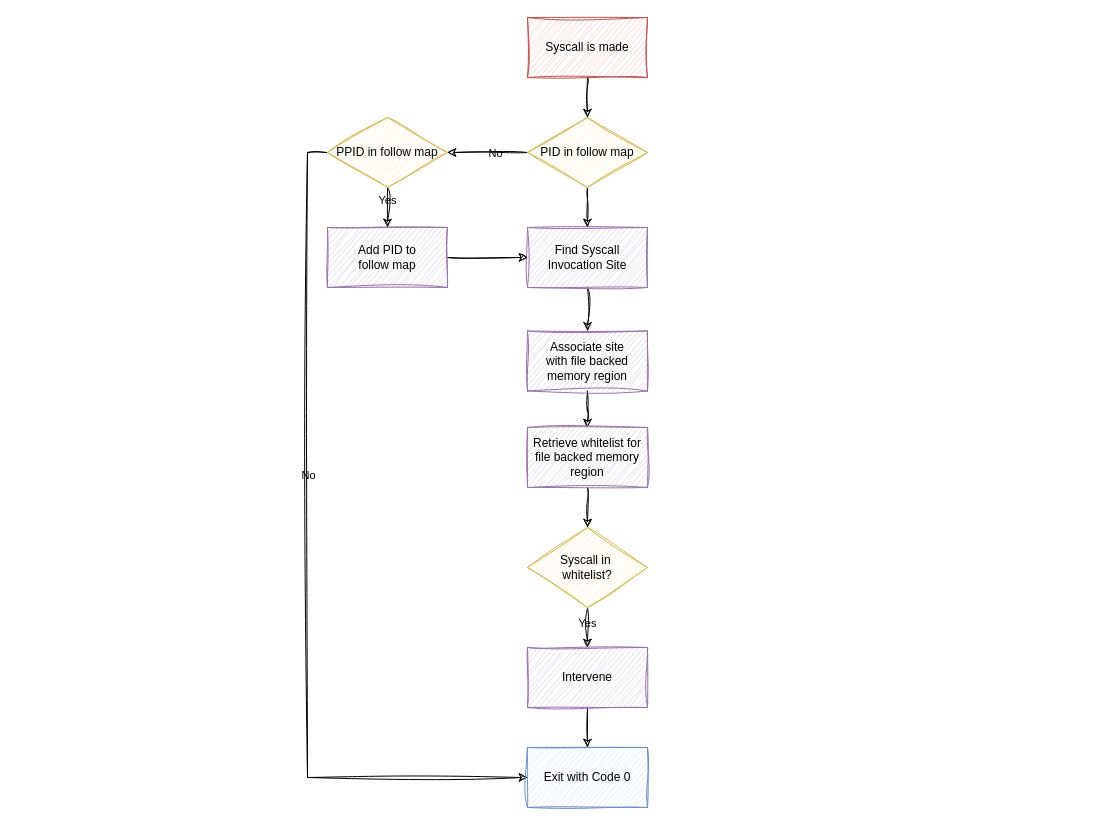
Above: diagrams/core-filter-flowchart.drawio in tcassar-diss/report (draw.io), before the change. Source tidied: cells renumbered, new cells numbered last; positions are measured from the earlier drawing's top-left corner, leaving out a move shared by most shapes. Both pictures are drawn from the tidied source at 100%, with x=0, y=0 at pixel (327, 17).
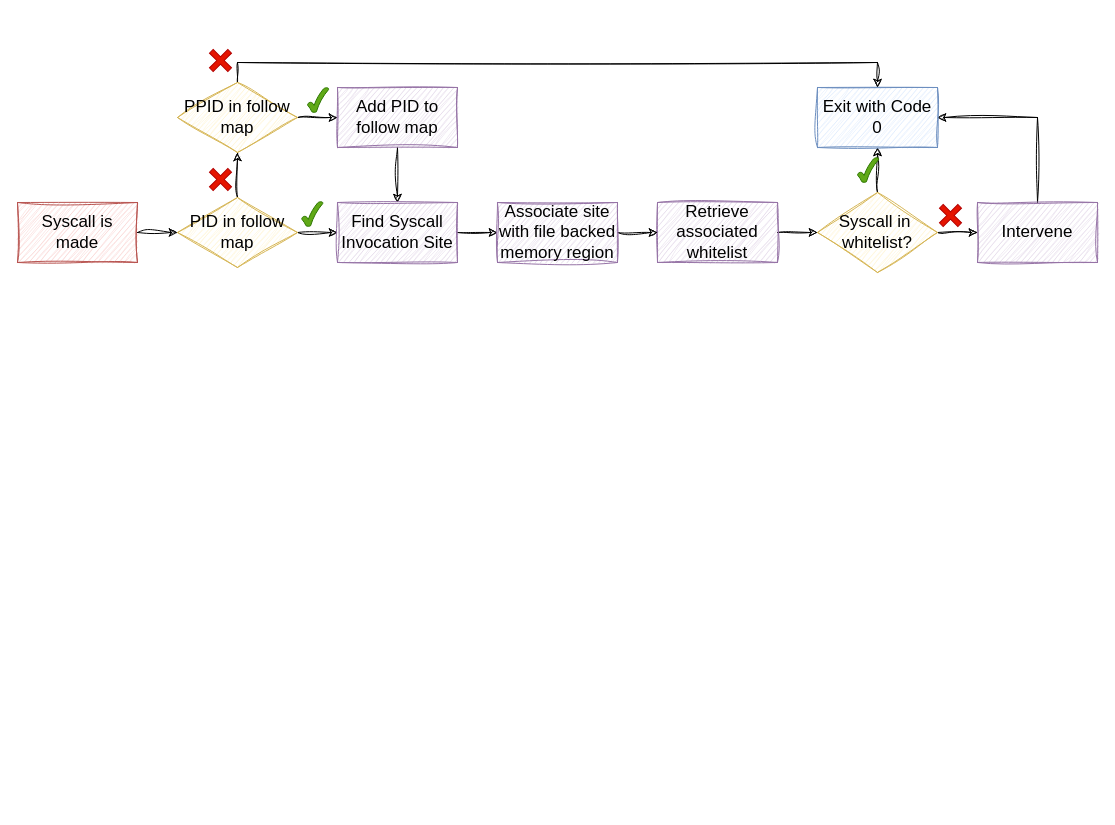
The same diagram, later.

Change to the diagram source:
```diff
@@
-    <mxCell id="2" style="edgeStyle=orthogonalEdgeStyle;rounded=0;jettySize=auto;html=1;labelBackgroundColor=none;fontColor=default;sketch=1;curveFitting=1;jiggle=2;" parent="1" edge="1" source="3" target="8">
+    <mxCell id="2" style="edgeStyle=orthogonalEdgeStyle;rounded=0;jettySize=auto;html=1;exitX=1;exitY=0.5;exitDx=0;exitDy=0;entryX=0;entryY=0.5;entryDx=0;entryDy=0;sketch=1;curveFitting=1;jiggle=2;" parent="1" edge="1" source="3" target="8">
       <mxGeometry relative="1" as="geometry" />
     </mxCell>
-    <mxCell id="3" value="Syscall is made" style="rounded=0;whiteSpace=wrap;html=1;labelBackgroundColor=none;sketch=1;curveFitting=1;jiggle=2;fillColor=#f8cecc;strokeColor=#b85450;" parent="1" vertex="1">
-      <mxGeometry x="200" width="120" height="60" as="geometry" />
+    <mxCell id="3" value="Syscall is made" style="rounded=0;whiteSpace=wrap;html=1;labelBackgroundColor=none;sketch=1;curveFitting=1;jiggle=2;fillColor=#f8cecc;strokeColor=#b85450;fontSize=17;" parent="1" vertex="1">
+      <mxGeometry x="-310" y="185" width="120" height="60" as="geometry" />
     </mxCell>
-    <mxCell id="4" style="edgeStyle=orthogonalEdgeStyle;rounded=0;jettySize=auto;html=1;labelBackgroundColor=none;fontColor=default;sketch=1;curveFitting=1;jiggle=2;" parent="1" edge="1" source="8" target="10">
-      <mxGeometry relative="1" as="geometry" />
-    </mxCell>
+    <mxCell id="7" style="edgeStyle=orthogonalEdgeStyle;rounded=0;hachureGap=4;jettySize=auto;html=1;fontFamily=Architects Daughter;strokeColor=none;sketch=1;curveFitting=1;jiggle=2;opacity=0;fontSize=17;" parent="1" edge="1" source="12" target="28">
+      <mxGeometry relative="1" as="geometry" />
+    </mxCell>
+    <mxCell id="29" style="edgeStyle=orthogonalEdgeStyle;rounded=0;jettySize=auto;html=1;exitX=1;exitY=0.5;exitDx=0;exitDy=0;sketch=1;curveFitting=1;jiggle=2;" parent="1" edge="1" source="8" target="10">
+      <mxGeometry relative="1" as="geometry" />
+    </mxCell>
-    <mxCell id="5" style="edgeStyle=orthogonalEdgeStyle;rounded=0;jettySize=auto;html=1;labelBackgroundColor=none;fontColor=default;sketch=1;curveFitting=1;jiggle=2;" parent="1" edge="1" source="8" target="24">
+    <mxCell id="5" style="edgeStyle=orthogonalEdgeStyle;rounded=0;jettySize=auto;html=1;exitX=0.5;exitY=0;exitDx=0;exitDy=0;entryX=0.5;entryY=1;entryDx=0;entryDy=0;sketch=1;curveFitting=1;jiggle=2;" parent="1" edge="1" source="8" target="24">
       <mxGeometry relative="1" as="geometry" />
     </mxCell>
-    <mxCell id="6" value="No" style="edgeLabel;html=1;align=center;verticalAlign=middle;labelBackgroundColor=none;sketch=1;curveFitting=1;jiggle=2;" parent="5" vertex="1">
-      <mxGeometry x="-0.17" relative="1" as="geometry" />
-    </mxCell>
-    <mxCell id="7" style="edgeStyle=orthogonalEdgeStyle;rounded=0;hachureGap=4;jettySize=auto;html=1;fontFamily=Architects Daughter;strokeColor=none;sketch=1;curveFitting=1;jiggle=2;opacity=0;" parent="1" edge="1" source="8" target="28">
-      <mxGeometry relative="1" as="geometry" />
-    </mxCell>
-    <mxCell id="8" value="PID in follow map" style="rhombus;whiteSpace=wrap;html=1;rounded=0;labelBackgroundColor=none;sketch=1;curveFitting=1;jiggle=2;fillColor=#fff2cc;strokeColor=#d6b656;" parent="1" vertex="1">
-      <mxGeometry x="200" y="100" width="120" height="70" as="geometry" />
+    <mxCell id="8" value="PID in follow map" style="rhombus;whiteSpace=wrap;html=1;rounded=0;labelBackgroundColor=none;sketch=1;curveFitting=1;jiggle=2;fillColor=#fff2cc;strokeColor=#d6b656;fontSize=17;" parent="1" vertex="1">
+      <mxGeometry x="-150" y="180" width="120" height="70" as="geometry" />
     </mxCell>
-    <mxCell id="9" style="edgeStyle=orthogonalEdgeStyle;rounded=0;jettySize=auto;html=1;labelBackgroundColor=none;fontColor=default;sketch=1;curveFitting=1;jiggle=2;" parent="1" edge="1" source="10" target="12">
-      <mxGeometry relative="1" as="geometry" />
-    </mxCell>
-    <mxCell id="10" value="Find Syscall&lt;div&gt;Invocation Site&lt;/div&gt;" style="whiteSpace=wrap;html=1;rounded=0;labelBackgroundColor=none;sketch=1;curveFitting=1;jiggle=2;fillColor=#e1d5e7;strokeColor=#9673a6;" parent="1" vertex="1">
-      <mxGeometry x="200" y="210" width="120" height="60" as="geometry" />
-    </mxCell>
-    <mxCell id="11" style="edgeStyle=orthogonalEdgeStyle;rounded=0;jettySize=auto;html=1;labelBackgroundColor=none;fontColor=default;sketch=1;curveFitting=1;jiggle=2;" parent="1" edge="1" source="12" target="14">
-      <mxGeometry relative="1" as="geometry" />
-    </mxCell>
-    <mxCell id="12" value="Associate site&lt;div&gt;with file backed&lt;/div&gt;&lt;div&gt;memory region&lt;/div&gt;" style="whiteSpace=wrap;html=1;rounded=0;labelBackgroundColor=none;sketch=1;curveFitting=1;jiggle=2;fillColor=#e1d5e7;strokeColor=#9673a6;" parent="1" vertex="1">
-      <mxGeometry x="200" y="313.5" width="120" height="60" as="geometry" />
-    </mxCell>
-    <mxCell id="13" style="edgeStyle=orthogonalEdgeStyle;rounded=0;jettySize=auto;html=1;labelBackgroundColor=none;fontColor=default;sketch=1;curveFitting=1;jiggle=2;" parent="1" edge="1" source="14" target="17">
+    <mxCell id="13" style="edgeStyle=orthogonalEdgeStyle;rounded=0;jettySize=auto;html=1;exitX=1;exitY=0.5;exitDx=0;exitDy=0;entryX=0;entryY=0.5;entryDx=0;entryDy=0;sketch=1;curveFitting=1;jiggle=2;" parent="1" edge="1" source="14" target="17">
       <mxGeometry relative="1" as="geometry" />
     </mxCell>
-    <mxCell id="14" value="Retrieve whitelist for&lt;div&gt;file backed memory&lt;/div&gt;&lt;div&gt;region&lt;/div&gt;" style="whiteSpace=wrap;html=1;rounded=0;labelBackgroundColor=none;sketch=1;curveFitting=1;jiggle=2;fillColor=#e1d5e7;strokeColor=#9673a6;" parent="1" vertex="1">
-      <mxGeometry x="200" y="410" width="120" height="60" as="geometry" />
+    <mxCell id="14" value="Retrieve associated whitelist" style="whiteSpace=wrap;html=1;rounded=0;labelBackgroundColor=none;sketch=1;curveFitting=1;jiggle=2;fillColor=#e1d5e7;strokeColor=#9673a6;fontSize=17;" parent="1" vertex="1">
+      <mxGeometry x="330" y="185" width="120" height="60" as="geometry" />
     </mxCell>
-    <mxCell id="15" style="edgeStyle=orthogonalEdgeStyle;rounded=0;jettySize=auto;html=1;labelBackgroundColor=none;fontColor=default;sketch=1;curveFitting=1;jiggle=2;" parent="1" edge="1" source="17" target="19">
+    <mxCell id="15" style="edgeStyle=orthogonalEdgeStyle;rounded=0;jettySize=auto;html=1;entryX=0;entryY=0.5;entryDx=0;entryDy=0;sketch=1;curveFitting=1;jiggle=2;" parent="1" edge="1" source="17" target="19">
       <mxGeometry relative="1" as="geometry" />
     </mxCell>
-    <mxCell id="16" value="Yes" style="edgeLabel;html=1;align=center;verticalAlign=middle;labelBackgroundColor=none;sketch=1;curveFitting=1;jiggle=2;" parent="15" vertex="1">
-      <mxGeometry x="-0.25" y="-1" relative="1" as="geometry" />
-    </mxCell>
+    <mxCell id="30" style="edgeStyle=orthogonalEdgeStyle;rounded=0;sketch=1;hachureGap=4;jiggle=2;curveFitting=1;jettySize=auto;html=1;exitX=0.5;exitY=0;exitDx=0;exitDy=0;entryX=0.5;entryY=1;entryDx=0;entryDy=0;fontFamily=Architects Daughter;" parent="1" edge="1" source="17" target="27">
+      <mxGeometry relative="1" as="geometry" />
+    </mxCell>
-    <mxCell id="17" value="Syscall in&amp;nbsp;&lt;div&gt;whitelist?&lt;/div&gt;" style="rhombus;whiteSpace=wrap;html=1;rounded=0;labelBackgroundColor=none;sketch=1;curveFitting=1;jiggle=2;fillColor=#fff2cc;strokeColor=#d6b656;" parent="1" vertex="1">
-      <mxGeometry x="200" y="510" width="120" height="80" as="geometry" />
+    <mxCell id="17" value="Syscall in&amp;nbsp;&lt;div&gt;whitelist?&lt;/div&gt;" style="rhombus;whiteSpace=wrap;html=1;rounded=0;labelBackgroundColor=none;sketch=1;curveFitting=1;jiggle=2;fillColor=#fff2cc;strokeColor=#d6b656;fontSize=17;" parent="1" vertex="1">
+      <mxGeometry x="490" y="175" width="120" height="80" as="geometry" />
     </mxCell>
-    <mxCell id="18" style="edgeStyle=orthogonalEdgeStyle;rounded=0;jettySize=auto;html=1;labelBackgroundColor=none;fontColor=default;sketch=1;curveFitting=1;jiggle=2;" parent="1" edge="1" source="19" target="27">
+    <mxCell id="18" style="edgeStyle=orthogonalEdgeStyle;rounded=0;sketch=1;hachureGap=4;jiggle=2;curveFitting=1;jettySize=auto;html=1;exitX=0.5;exitY=0;exitDx=0;exitDy=0;entryX=1;entryY=0.5;entryDx=0;entryDy=0;fontFamily=Architects Daughter;" parent="1" edge="1" source="19" target="27">
       <mxGeometry relative="1" as="geometry" />
     </mxCell>
-    <mxCell id="19" value="Intervene" style="whiteSpace=wrap;html=1;rounded=0;labelBackgroundColor=none;sketch=1;curveFitting=1;jiggle=2;fillColor=#e1d5e7;strokeColor=#9673a6;" parent="1" vertex="1">
-      <mxGeometry x="200" y="630" width="120" height="60" as="geometry" />
+    <mxCell id="19" value="Intervene" style="whiteSpace=wrap;html=1;rounded=0;labelBackgroundColor=none;sketch=1;curveFitting=1;jiggle=2;fillColor=#e1d5e7;strokeColor=#9673a6;fontSize=17;" parent="1" vertex="1">
+      <mxGeometry x="650" y="185" width="120" height="60" as="geometry" />
     </mxCell>
-    <mxCell id="20" style="edgeStyle=orthogonalEdgeStyle;rounded=0;jettySize=auto;html=1;labelBackgroundColor=none;fontColor=default;sketch=1;curveFitting=1;jiggle=2;" parent="1" edge="1" source="24" target="26">
+    <mxCell id="20" style="edgeStyle=orthogonalEdgeStyle;rounded=0;jettySize=auto;html=1;exitX=1;exitY=0.5;exitDx=0;exitDy=0;entryX=0;entryY=0.5;entryDx=0;entryDy=0;sketch=1;curveFitting=1;jiggle=2;" parent="1" edge="1" source="24" target="26">
       <mxGeometry relative="1" as="geometry" />
     </mxCell>
-    <mxCell id="21" value="Yes" style="edgeLabel;html=1;align=center;verticalAlign=middle;labelBackgroundColor=none;sketch=1;curveFitting=1;jiggle=2;" parent="20" vertex="1">
-      <mxGeometry x="-0.4" y="-1" relative="1" as="geometry" />
-    </mxCell>
-    <mxCell id="22" style="edgeStyle=orthogonalEdgeStyle;rounded=0;jettySize=auto;html=1;exitX=0;exitY=0.5;exitDx=0;exitDy=0;entryX=0;entryY=0.5;entryDx=0;entryDy=0;labelBackgroundColor=none;fontColor=default;sketch=1;curveFitting=1;jiggle=2;" parent="1" edge="1" source="24" target="27">
+    <mxCell id="22" style="edgeStyle=orthogonalEdgeStyle;rounded=0;jettySize=auto;html=1;exitX=0.5;exitY=0;exitDx=0;exitDy=0;entryX=0.5;entryY=0;entryDx=0;entryDy=0;sketch=1;curveFitting=1;jiggle=2;" parent="1" edge="1" source="24" target="27">
       <mxGeometry relative="1" as="geometry" />
     </mxCell>
-    <mxCell id="23" value="No" style="edgeLabel;html=1;align=center;verticalAlign=middle;labelBackgroundColor=none;sketch=1;curveFitting=1;jiggle=2;" parent="22" vertex="1">
-      <mxGeometry x="-0.21" relative="1" as="geometry" />
-    </mxCell>
-    <mxCell id="24" value="PPID in follow map" style="rhombus;whiteSpace=wrap;html=1;rounded=0;labelBackgroundColor=none;sketch=1;curveFitting=1;jiggle=2;fillColor=#fff2cc;strokeColor=#d6b656;" parent="1" vertex="1">
-      <mxGeometry y="100" width="120" height="70" as="geometry" />
+    <mxCell id="24" value="PPID in follow map" style="rhombus;whiteSpace=wrap;html=1;rounded=0;labelBackgroundColor=none;sketch=1;curveFitting=1;jiggle=2;fillColor=#fff2cc;strokeColor=#d6b656;fontSize=17;" parent="1" vertex="1">
+      <mxGeometry x="-150" y="65" width="120" height="70" as="geometry" />
     </mxCell>
-    <mxCell id="25" style="edgeStyle=orthogonalEdgeStyle;rounded=0;jettySize=auto;html=1;exitX=1;exitY=0.5;exitDx=0;exitDy=0;entryX=0;entryY=0.5;entryDx=0;entryDy=0;labelBackgroundColor=none;fontColor=default;sketch=1;curveFitting=1;jiggle=2;" parent="1" edge="1" source="26" target="10">
+    <mxCell id="25" style="edgeStyle=orthogonalEdgeStyle;rounded=0;jettySize=auto;html=1;exitX=0.5;exitY=1;exitDx=0;exitDy=0;entryX=0.5;entryY=0;entryDx=0;entryDy=0;sketch=1;curveFitting=1;jiggle=2;" parent="1" edge="1" source="26" target="10">
       <mxGeometry relative="1" as="geometry" />
     </mxCell>
-    <mxCell id="26" value="Add PID to&lt;div&gt;follow map&lt;/div&gt;" style="whiteSpace=wrap;html=1;rounded=0;labelBackgroundColor=none;sketch=1;curveFitting=1;jiggle=2;fillColor=#e1d5e7;strokeColor=#9673a6;" parent="1" vertex="1">
-      <mxGeometry y="210" width="120" height="60" as="geometry" />
+    <mxCell id="26" value="Add PID to&lt;div&gt;follow map&lt;/div&gt;" style="whiteSpace=wrap;html=1;rounded=0;labelBackgroundColor=none;sketch=1;curveFitting=1;jiggle=2;fillColor=#e1d5e7;strokeColor=#9673a6;fontSize=17;" parent="1" vertex="1">
+      <mxGeometry x="10" y="70" width="120" height="60" as="geometry" />
     </mxCell>
-    <mxCell id="27" value="Exit with Code 0" style="whiteSpace=wrap;html=1;rounded=0;labelBackgroundColor=none;sketch=1;curveFitting=1;jiggle=2;fillColor=#dae8fc;strokeColor=#6c8ebf;" parent="1" vertex="1">
-      <mxGeometry x="200" y="730" width="120" height="60" as="geometry" />
+    <mxCell id="27" value="Exit with Code 0" style="whiteSpace=wrap;html=1;rounded=0;labelBackgroundColor=none;sketch=1;curveFitting=1;jiggle=2;fillColor=#dae8fc;strokeColor=#6c8ebf;fontSize=17;" parent="1" vertex="1">
+      <mxGeometry x="490" y="70" width="120" height="60" as="geometry" />
     </mxCell>
-    <mxCell id="28" style="rhombus;whiteSpace=wrap;html=1;fillColor=#fff2cc;strokeColor=none;rounded=0;labelBackgroundColor=none;sketch=1;curveFitting=1;jiggle=2;opacity=0;" parent="1" vertex="1">
-      <mxGeometry x="420" y="95" width="140" height="80" as="geometry" />
+    <mxCell id="28" style="rhombus;whiteSpace=wrap;html=1;fillColor=#fff2cc;strokeColor=none;rounded=0;labelBackgroundColor=none;sketch=1;curveFitting=1;jiggle=2;opacity=0;fontSize=17;" parent="1" vertex="1">
+      <mxGeometry x="340" y="40" width="140" height="80" as="geometry" />
     </mxCell>
+    <mxCell id="31" style="edgeStyle=orthogonalEdgeStyle;rounded=0;hachureGap=4;jettySize=auto;html=1;fontFamily=Architects Daughter;strokeColor=none;sketch=1;curveFitting=1;jiggle=2;opacity=0;fontSize=17;" parent="1" edge="1" source="8" target="10">
+      <mxGeometry relative="1" as="geometry" />
+    </mxCell>
+    <mxCell id="32" style="edgeStyle=orthogonalEdgeStyle;rounded=0;jettySize=auto;html=1;exitX=1;exitY=0.5;exitDx=0;exitDy=0;entryX=0;entryY=0.5;entryDx=0;entryDy=0;sketch=1;curveFitting=1;jiggle=2;" parent="1" edge="1" source="10" target="12">
+      <mxGeometry relative="1" as="geometry" />
+    </mxCell>
+    <mxCell id="10" value="Find Syscall&lt;div&gt;Invocation Site&lt;/div&gt;" style="whiteSpace=wrap;html=1;rounded=0;labelBackgroundColor=none;sketch=1;curveFitting=1;jiggle=2;fillColor=#e1d5e7;strokeColor=#9673a6;fontSize=17;" parent="1" vertex="1">
+      <mxGeometry x="10" y="185" width="120" height="60" as="geometry" />
+    </mxCell>
+    <mxCell id="33" style="edgeStyle=orthogonalEdgeStyle;rounded=0;hachureGap=4;jettySize=auto;html=1;fontFamily=Architects Daughter;strokeColor=none;sketch=1;curveFitting=1;jiggle=2;opacity=0;fontSize=17;" parent="1" edge="1" source="10" target="12">
+      <mxGeometry relative="1" as="geometry" />
+    </mxCell>
+    <mxCell id="11" style="edgeStyle=orthogonalEdgeStyle;rounded=0;jettySize=auto;html=1;exitX=1;exitY=0.5;exitDx=0;exitDy=0;entryX=0;entryY=0.5;entryDx=0;entryDy=0;sketch=1;curveFitting=1;jiggle=2;" parent="1" edge="1" source="12" target="14">
+      <mxGeometry relative="1" as="geometry" />
+    </mxCell>
+    <mxCell id="12" value="Associate site&lt;div&gt;with file backed&lt;/div&gt;&lt;div&gt;memory region&lt;/div&gt;" style="whiteSpace=wrap;html=1;rounded=0;labelBackgroundColor=none;sketch=1;curveFitting=1;jiggle=2;fillColor=#e1d5e7;strokeColor=#9673a6;fontSize=17;" parent="1" vertex="1">
+      <mxGeometry x="170" y="185" width="120" height="60" as="geometry" />
+    </mxCell>
+    <mxCell id="34" style="verticalLabelPosition=bottom;verticalAlign=top;html=1;shape=mxgraph.basic.tick;hachureGap=4;fontFamily=Architects Daughter;fillColor=#60a917;fontColor=#ffffff;strokeColor=#2D7600;" parent="1" vertex="1">
+      <mxGeometry x="-25.8" y="184" width="21.2" height="25" as="geometry" />
+    </mxCell>
+    <mxCell id="35" style="verticalLabelPosition=bottom;verticalAlign=top;html=1;shape=mxgraph.basic.tick;hachureGap=4;fontFamily=Architects Daughter;fillColor=#60a917;fontColor=#ffffff;strokeColor=#2D7600;" parent="1" vertex="1">
+      <mxGeometry x="-20" y="70" width="21.2" height="25" as="geometry" />
+    </mxCell>
+    <mxCell id="36" style="shape=cross;whiteSpace=wrap;html=1;hachureGap=4;fontFamily=Architects Daughter;rotation=45;fillColor=#e51400;fontColor=#ffffff;strokeColor=#B20000;" parent="1" vertex="1">
+      <mxGeometry x="-120" y="149" width="26" height="26" as="geometry" />
+    </mxCell>
+    <mxCell id="37" style="shape=cross;whiteSpace=wrap;html=1;hachureGap=4;fontFamily=Architects Daughter;rotation=45;fillColor=#e51400;fontColor=#ffffff;strokeColor=#B20000;" parent="1" vertex="1">
+      <mxGeometry x="-120" y="30" width="26" height="26" as="geometry" />
+    </mxCell>
+    <mxCell id="38" style="verticalLabelPosition=bottom;verticalAlign=top;html=1;shape=mxgraph.basic.tick;hachureGap=4;fontFamily=Architects Daughter;fillColor=#60a917;fontColor=#ffffff;strokeColor=#2D7600;" parent="1" vertex="1">
+      <mxGeometry x="530" y="140" width="21.2" height="25" as="geometry" />
+    </mxCell>
+    <mxCell id="39" style="shape=cross;whiteSpace=wrap;html=1;hachureGap=4;fontFamily=Architects Daughter;rotation=45;fillColor=#e51400;fontColor=#ffffff;strokeColor=#B20000;" parent="1" vertex="1">
+      <mxGeometry x="610" y="185" width="26" height="26" as="geometry" />
+    </mxCell>
```
